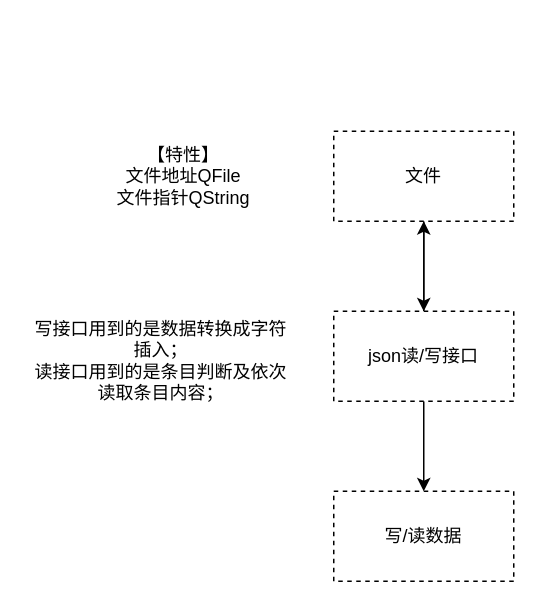
wjaswdd/draw.io keeps this draw.io diagram as 模板之文件管理.drawio. Above is the earlier version. Source tidied: cells renumbered, new cells numbered last; positions are measured from the earlier drawing's top-left corner, leaving out a move shared by most shapes. Both pictures are drawn from the tidied source at 150%, with x=0, y=0 at pixel (33, 130).
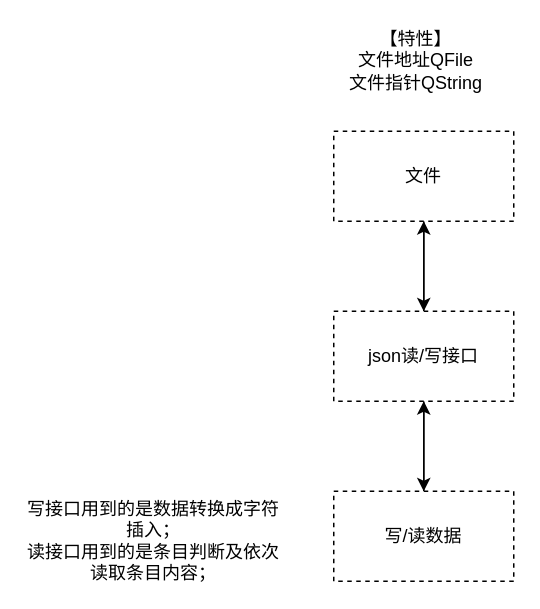
Above is the later version.

Commit message (it also covers changes not shown here):
更新模板之文件管理.drawio

Diff of the diagram source:
```diff
@@
 <mxGraphModel>
   <root>
     <mxCell id="0" />
     <mxCell id="1" parent="0" />
     <mxCell id="2" style="rounded=0;jettySize=auto;html=1;" parent="1" edge="1" source="3" target="7">
       <mxGeometry relative="1" as="geometry" />
     </mxCell>
     <mxCell id="3" value="文件" style="rounded=0;whiteSpace=wrap;html=1;dashed=1;" parent="1" vertex="1">
       <mxGeometry x="200" width="120" height="60" as="geometry" />
     </mxCell>
     <mxCell id="4" value="【特性】&lt;br&gt;文件地址QFile&lt;br&gt;文件指针QString" style="text;html=1;strokeColor=none;fillColor=none;align=center;verticalAlign=middle;whiteSpace=wrap;rounded=0;" parent="1" vertex="1">
-      <mxGeometry x="35" y="7.5" width="130" height="45" as="geometry" />
+      <mxGeometry x="190" y="-70" width="130" height="45" as="geometry" />
     </mxCell>
     <mxCell id="5" style="edgeStyle=orthogonalEdgeStyle;rounded=0;jettySize=auto;html=1;entryX=0.5;entryY=1;entryDx=0;entryDy=0;" parent="1" edge="1" source="7" target="3">
       <mxGeometry relative="1" as="geometry" />
     </mxCell>
     <mxCell id="6" style="edgeStyle=orthogonalEdgeStyle;rounded=0;jettySize=auto;html=1;" parent="1" edge="1" source="7" target="8">
       <mxGeometry relative="1" as="geometry" />
     </mxCell>
     <mxCell id="7" value="json读/写接口" style="rounded=0;whiteSpace=wrap;html=1;dashed=1;" parent="1" vertex="1">
       <mxGeometry x="200" y="120" width="120" height="60" as="geometry" />
     </mxCell>
+    <mxCell id="10" style="edgeStyle=orthogonalEdgeStyle;rounded=0;jettySize=auto;html=1;entryX=0.5;entryY=1;entryDx=0;entryDy=0;" parent="1" edge="1" source="8" target="7">
+      <mxGeometry relative="1" as="geometry" />
+    </mxCell>
     <mxCell id="8" value="写/读数据" style="whiteSpace=wrap;html=1;rounded=0;dashed=1;" parent="1" vertex="1">
       <mxGeometry x="200" y="240" width="120" height="60" as="geometry" />
     </mxCell>
     <mxCell id="9" value="写接口用到的是数据转换成字符插入；&lt;br&gt;读接口用到的是条目判断及依次读取条目内容；" style="text;html=1;strokeColor=none;fillColor=none;align=center;verticalAlign=middle;whiteSpace=wrap;rounded=0;" parent="1" vertex="1">
-      <mxGeometry y="125" width="170" height="55" as="geometry" />
+      <mxGeometry x="-5" y="245" width="170" height="55" as="geometry" />
     </mxCell>
   </root>
 </mxGraphModel>
```
